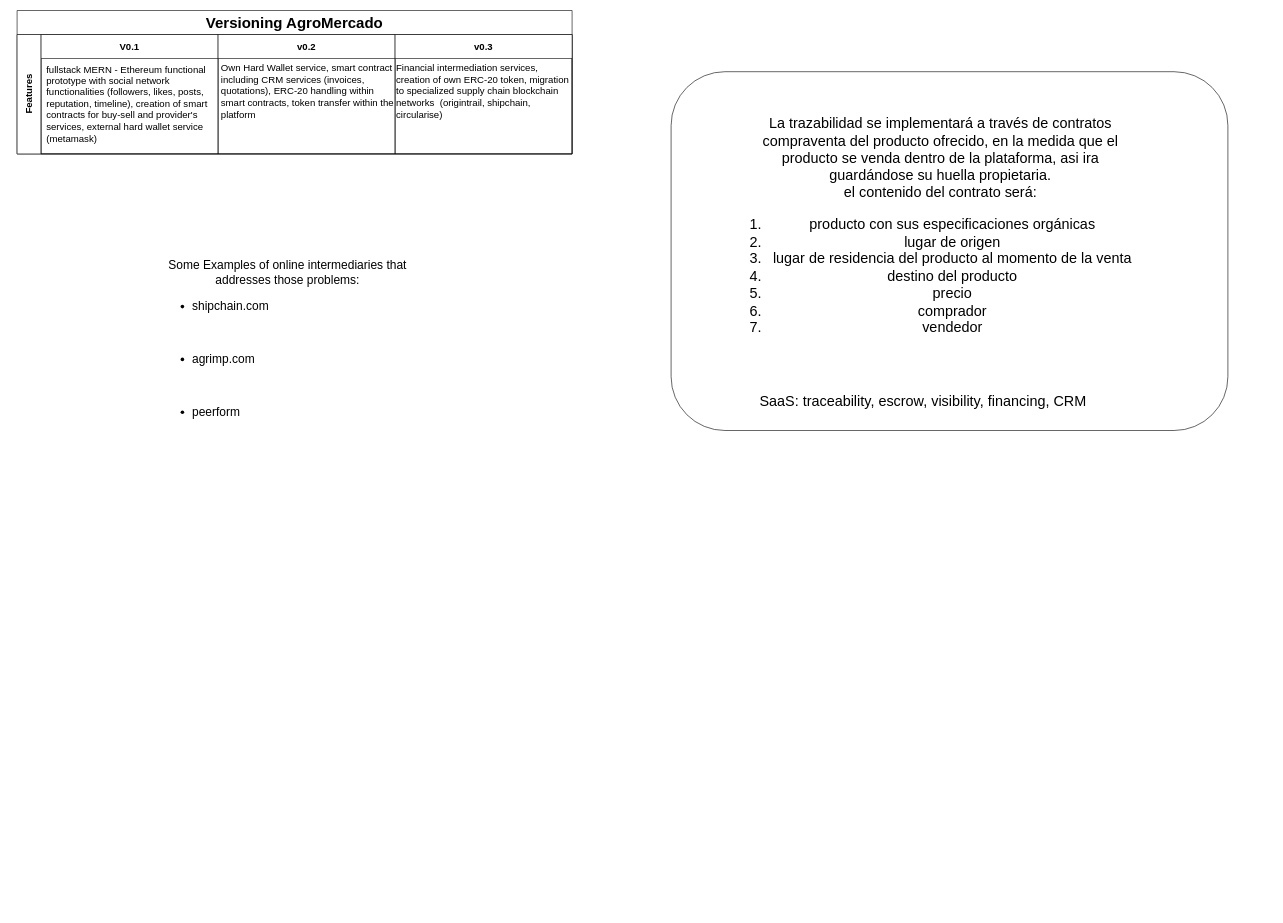
Earlier version of the draw.io diagram page "Page-7" (8 of 8) of supply_chain_diagram.drawio (joselara112/diagrams). Source tidied: cells renumbered, new cells numbered last; positions are measured from the earlier drawing's top-left corner, leaving out a move shared by most shapes. Both pictures are drawn from the tidied source at 60%, with x=0, y=0 at pixel (17, 10).
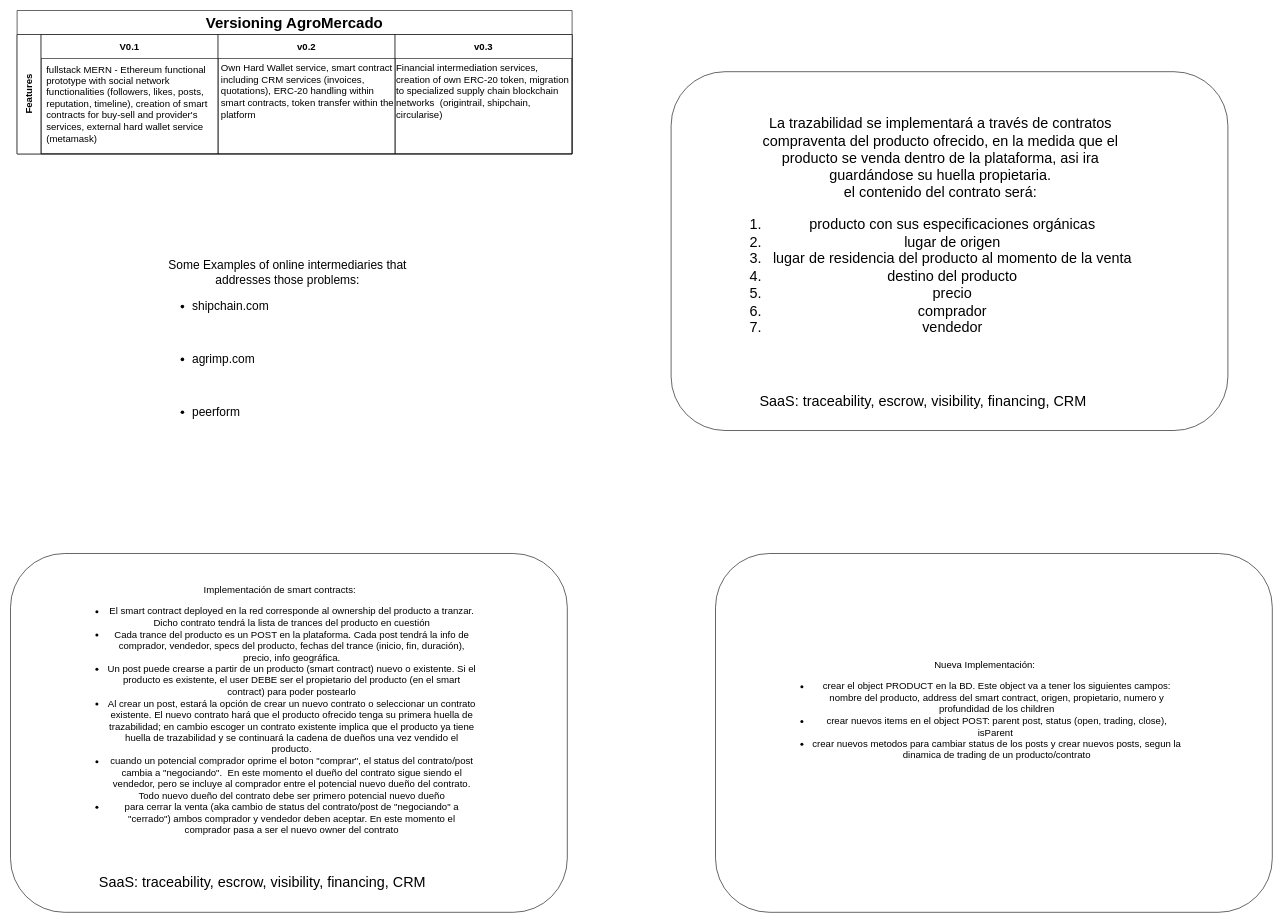
After the change.

Diff of the diagram source:
```diff
@@
 <mxGraphModel>
   <root>
     <mxCell id="0" />
     <mxCell id="1" parent="0" />
     <mxCell id="2" value="&lt;font style=&quot;font-size: 20px&quot;&gt;Some Examples of online intermediaries that addresses those problems:&lt;br&gt;&lt;div style=&quot;text-align: left&quot;&gt;&lt;ul&gt;&lt;li&gt;&lt;div style=&quot;text-align: left&quot;&gt;shipchain.com&lt;/div&gt;&lt;/li&gt;&lt;/ul&gt;&lt;div&gt;&lt;br&gt;&lt;/div&gt;&lt;ul&gt;&lt;li&gt;&lt;font style=&quot;font-size: 20px&quot;&gt;&lt;div style=&quot;text-align: left&quot;&gt;&lt;span&gt;agrimp.com&lt;/span&gt;&lt;/div&gt;&lt;/font&gt;&lt;/li&gt;&lt;/ul&gt;&lt;div&gt;&lt;br&gt;&lt;/div&gt;&lt;ul&gt;&lt;li&gt;&lt;font style=&quot;font-size: 20px&quot;&gt;&lt;div style=&quot;text-align: left&quot;&gt;peerform&lt;/div&gt;&lt;/font&gt;&lt;/li&gt;&lt;/ul&gt;&lt;/div&gt;&lt;/font&gt;" style="text;html=1;strokeColor=none;fillColor=none;align=center;verticalAlign=middle;whiteSpace=wrap;rounded=0;" parent="1" vertex="1">
       <mxGeometry x="251" y="464" width="400" height="183" as="geometry" />
     </mxCell>
     <mxCell id="3" value="Versioning AgroMercado" style="shape=table;childLayout=tableLayout;rowLines=0;columnLines=0;startSize=40;html=1;whiteSpace=wrap;fontStyle=1;align=center;strokeColor=#000000;strokeWidth=1;fillColor=#ffffff;fontSize=25;" parent="1" vertex="1">
       <mxGeometry width="925" height="239.2" as="geometry" />
     </mxCell>
     <mxCell id="4" value="&lt;font style=&quot;font-size: 16px&quot;&gt;Features&lt;/font&gt;" style="swimlane;horizontal=0;startSize=40;html=1;whiteSpace=wrap;fontStyle=1;" parent="3" vertex="1">
       <mxGeometry y="40" width="925" height="199" as="geometry" />
     </mxCell>
     <mxCell id="5" value="&lt;font style=&quot;font-size: 16px&quot;&gt;V0.1&lt;/font&gt;" style="swimlane;startSize=40;html=1;whiteSpace=wrap;" parent="4" vertex="1">
       <mxGeometry x="40" width="295" height="199" as="geometry" />
     </mxCell>
     <mxCell id="6" value="fullstack MERN - Ethereum functional prototype with social network functionalities (followers, likes, posts, reputation, timeline), creation of smart contracts for buy-sell and provider's services, external hard wallet service (metamask)" style="text;strokeColor=none;fillColor=none;align=left;verticalAlign=bottom;whiteSpace=wrap;rounded=0;fontSize=16;spacing=1;horizontal=1;" parent="5" vertex="1">
       <mxGeometry x="8" y="133" width="291" height="51" as="geometry" />
     </mxCell>
     <mxCell id="7" value="&lt;font style=&quot;font-size: 16px&quot;&gt;v0.2&lt;/font&gt;" style="swimlane;startSize=40;html=1;whiteSpace=wrap;" parent="4" vertex="1">
       <mxGeometry x="335" width="295" height="199" as="geometry" />
     </mxCell>
     <mxCell id="8" value="Own Hard Wallet service, smart contract including CRM services (invoices, quotations), ERC-20 handling within smart contracts, token transfer within the platform" style="text;strokeColor=none;fillColor=none;align=left;verticalAlign=bottom;whiteSpace=wrap;rounded=0;fontSize=16;spacing=1;horizontal=1;" parent="7" vertex="1">
       <mxGeometry x="4" y="93" width="291" height="51" as="geometry" />
     </mxCell>
     <mxCell id="9" value="&lt;font style=&quot;font-size: 16px&quot;&gt;v0.3&lt;/font&gt;" style="swimlane;startSize=40;html=1;whiteSpace=wrap;" parent="4" vertex="1">
       <mxGeometry x="630" width="295" height="199" as="geometry" />
     </mxCell>
     <mxCell id="10" value="Financial intermediation services, creation of own ERC-20 token, migration to specialized supply chain blockchain networks  (origintrail, shipchain, circularise)" style="text;strokeColor=none;fillColor=none;align=left;verticalAlign=bottom;whiteSpace=wrap;rounded=0;fontSize=16;spacing=1;horizontal=1;" parent="9" vertex="1">
       <mxGeometry x="1" y="93" width="291" height="51" as="geometry" />
     </mxCell>
     <mxCell id="11" style="rounded=1;whiteSpace=wrap;html=1;" parent="1" vertex="1">
       <mxGeometry x="1090" y="102" width="928" height="598" as="geometry" />
     </mxCell>
     <mxCell id="12" value="&lt;font style=&quot;font-size: 24px&quot;&gt;SaaS: traceability,&amp;nbsp;escrow, visibility, financing,&amp;nbsp;CRM&lt;br&gt;&lt;/font&gt;" style="text;html=1;strokeColor=none;fillColor=none;align=center;verticalAlign=middle;whiteSpace=wrap;rounded=0;" parent="1" vertex="1">
       <mxGeometry x="1200" y="622" width="620" height="58" as="geometry" />
     </mxCell>
     <mxCell id="13" value="&lt;font style=&quot;font-size: 24px&quot;&gt;La trazabilidad se implementará a través de contratos compraventa del producto ofrecido, en la medida que el producto se venda dentro de la plataforma, asi ira guardándose su huella propietaria.&lt;br&gt;el contenido del contrato será:&lt;br&gt;&lt;ol&gt;&lt;li&gt;&lt;font style=&quot;font-size: 24px&quot;&gt;producto con sus especificaciones orgánicas&lt;/font&gt;&lt;/li&gt;&lt;li&gt;&lt;font style=&quot;font-size: 24px&quot;&gt;lugar de origen&lt;/font&gt;&lt;/li&gt;&lt;li&gt;&lt;font style=&quot;font-size: 24px&quot;&gt;lugar de residencia del producto al momento de la venta&lt;/font&gt;&lt;/li&gt;&lt;li&gt;destino del producto&lt;/li&gt;&lt;li&gt;precio&lt;/li&gt;&lt;li&gt;comprador&lt;/li&gt;&lt;li&gt;vendedor&lt;/li&gt;&lt;/ol&gt;&lt;/font&gt;" style="text;html=1;strokeColor=none;fillColor=none;align=center;verticalAlign=middle;whiteSpace=wrap;rounded=0;" parent="1" vertex="1">
       <mxGeometry x="1207" y="145" width="664" height="452" as="geometry" />
     </mxCell>
+    <mxCell id="14" style="rounded=1;whiteSpace=wrap;html=1;" parent="1" vertex="1">
+      <mxGeometry x="-11" y="905" width="928" height="598" as="geometry" />
+    </mxCell>
+    <mxCell id="15" value="&lt;font style=&quot;font-size: 24px&quot;&gt;SaaS: traceability,&amp;nbsp;escrow, visibility, financing,&amp;nbsp;CRM&lt;br&gt;&lt;/font&gt;" style="text;html=1;strokeColor=none;fillColor=none;align=center;verticalAlign=middle;whiteSpace=wrap;rounded=0;" parent="1" vertex="1">
+      <mxGeometry x="99" y="1425" width="620" height="58" as="geometry" />
+    </mxCell>
+    <mxCell id="16" value="&lt;span style=&quot;font-size: 16px&quot;&gt;Implementación de smart contracts:&lt;br&gt;&lt;ul&gt;&lt;li&gt;El smart contract deployed en la red corresponde al ownership del producto a tranzar. Dicho contrato tendrá la lista de trances del producto en cuestión&lt;/li&gt;&lt;li&gt;Cada trance del producto es un POST en la plataforma. Cada post tendrá la info de comprador, vendedor, specs del producto, fechas del trance (inicio, fin, duración), precio, info geográfica.&lt;/li&gt;&lt;li&gt;Un post puede crearse a partir de un producto (smart contract) nuevo o existente. Si el producto es existente, el user DEBE ser el propietario del producto (en el smart contract) para poder postearlo&lt;/li&gt;&lt;li&gt;&lt;span&gt;Al crear un post, estará la opción de crear un nuevo contrato o seleccionar un contrato existente. El nuevo contrato hará que el producto ofrecido tenga su primera huella de trazabilidad; en cambio escoger un contrato existente implica que el producto ya tiene huella de trazabilidad y se continuará la cadena de dueños una vez vendido el producto.&lt;/span&gt;&lt;/li&gt;&lt;li&gt;&lt;span&gt;cuando un potencial comprador oprime el boton &quot;comprar&quot;, el status del contrato/post cambia a &quot;negociando&quot;.&amp;nbsp; En este momento el dueño del contrato sigue siendo el vendedor, pero se incluye al comprador entre el potencial nuevo dueño del contrato. Todo nuevo dueño del contrato debe ser primero potencial nuevo dueño&lt;/span&gt;&lt;/li&gt;&lt;li&gt;&lt;span&gt;para cerrar la venta (aka cambio de status del contrato/post de &quot;negociando&quot; a &quot;cerrado&quot;) ambos comprador y vendedor deben aceptar. En este momento el comprador pasa a ser el nuevo owner del contrato&lt;/span&gt;&lt;/li&gt;&lt;/ul&gt;&lt;/span&gt;" style="text;html=1;strokeColor=none;fillColor=none;align=center;verticalAlign=middle;whiteSpace=wrap;rounded=0;" parent="1" vertex="1">
+      <mxGeometry x="106" y="948" width="664" height="452" as="geometry" />
+    </mxCell>
+    <mxCell id="17" style="rounded=1;whiteSpace=wrap;html=1;" parent="1" vertex="1">
+      <mxGeometry x="1164" y="905" width="928" height="598" as="geometry" />
+    </mxCell>
+    <mxCell id="18" value="&lt;span style=&quot;font-size: 16px&quot;&gt;Nueva Implementación:&lt;br&gt;&lt;ul&gt;&lt;li&gt;crear el object PRODUCT en la BD. Este object va a tener los siguientes campos: nombre del producto, address del smart contract, origen, propietario, numero y profundidad de los children&lt;/li&gt;&lt;li&gt;crear nuevos items en el object POST: parent post, status (open, trading, close), isParent&amp;nbsp;&lt;/li&gt;&lt;li&gt;crear nuevos metodos para cambiar status de los posts y crear nuevos posts, segun la dinamica de trading de un producto/contrato&lt;/li&gt;&lt;/ul&gt;&lt;/span&gt;" style="text;html=1;strokeColor=none;fillColor=none;align=center;verticalAlign=middle;whiteSpace=wrap;rounded=0;" parent="1" vertex="1">
+      <mxGeometry x="1281" y="948" width="664" height="452" as="geometry" />
+    </mxCell>
   </root>
 </mxGraphModel>
```
